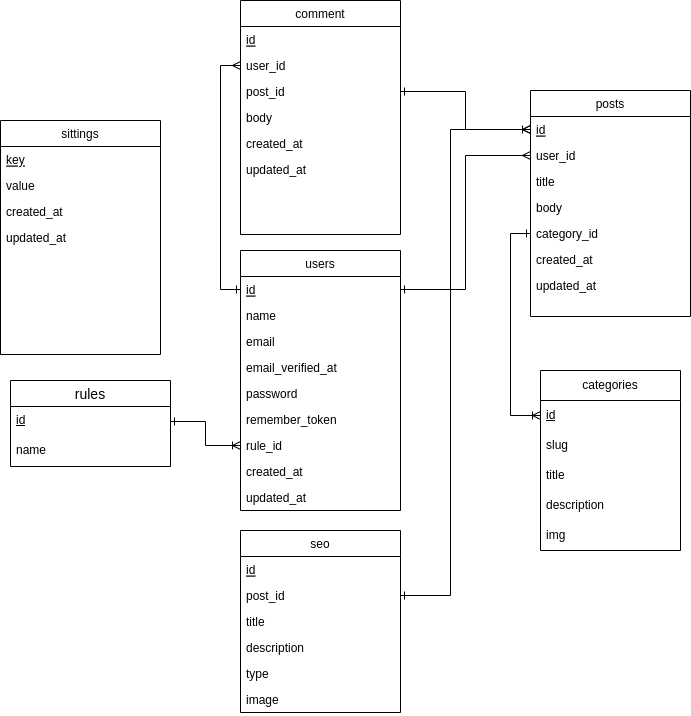
Earlier version of the draw.io export database/ERD-blog.png (yhyasyrian/blog-laravel). Source tidied: cells renumbered, new cells last; positions are measured from the earlier drawing's top-left corner, leaving out a move shared by most shapes.
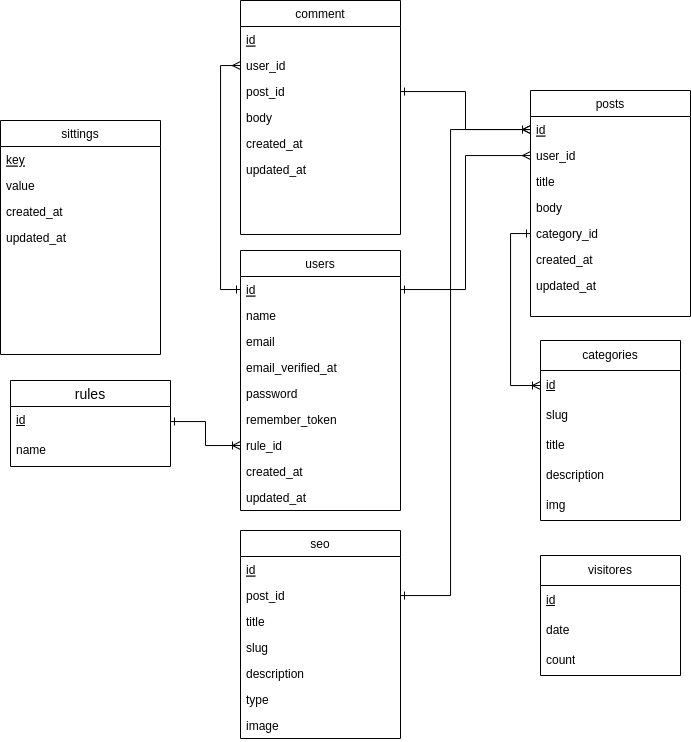
The same diagram one commit later.

Commit message:
add vistores to blog

What changed in the source:
```diff
@@ -78,7 +78,7 @@
       <mxGeometry y="156" width="160" height="26" as="geometry" />
     </mxCell>
     <mxCell id="27" value="seo" style="swimlane;fontStyle=0;align=center;verticalAlign=top;horizontal=1;startSize=26;rounded=0;shadow=0;strokeWidth=1;" parent="1" vertex="1">
-      <mxGeometry x="240" y="530" width="160" height="182" as="geometry" />
+      <mxGeometry x="240" y="530" width="160" height="208" as="geometry" />
     </mxCell>
     <mxCell id="28" value="id" style="text;align=left;verticalAlign=top;spacingLeft=4;spacingRight=4;overflow=hidden;fontStyle=4;" parent="27" vertex="1">
       <mxGeometry y="26" width="160" height="26" as="geometry" />
@@ -89,14 +89,17 @@
     <mxCell id="30" value="title" style="text;align=left;verticalAlign=top;spacingLeft=4;spacingRight=4;overflow=hidden;rounded=0;shadow=0;html=0;" parent="27" vertex="1">
       <mxGeometry y="78" width="160" height="26" as="geometry" />
     </mxCell>
+    <mxCell id="54" value="slug" style="text;align=left;verticalAlign=top;spacingLeft=4;spacingRight=4;overflow=hidden;rounded=0;shadow=0;html=0;" parent="27" vertex="1">
+      <mxGeometry y="104" width="160" height="26" as="geometry" />
+    </mxCell>
     <mxCell id="31" value="description" style="text;align=left;verticalAlign=top;spacingLeft=4;spacingRight=4;overflow=hidden;rounded=0;shadow=0;html=0;" parent="27" vertex="1">
-      <mxGeometry y="104" width="160" height="26" as="geometry" />
+      <mxGeometry y="130" width="160" height="26" as="geometry" />
     </mxCell>
     <mxCell id="32" value="type" style="text;align=left;verticalAlign=top;spacingLeft=4;spacingRight=4;overflow=hidden;rounded=0;shadow=0;html=0;" parent="27" vertex="1">
-      <mxGeometry y="130" width="160" height="26" as="geometry" />
+      <mxGeometry y="156" width="160" height="26" as="geometry" />
     </mxCell>
     <mxCell id="33" value="image" style="text;align=left;verticalAlign=top;spacingLeft=4;spacingRight=4;overflow=hidden;rounded=0;shadow=0;html=0;fontStyle=0;" parent="27" vertex="1">
-      <mxGeometry y="156" width="160" height="26" as="geometry" />
+      <mxGeometry y="182" width="160" height="26" as="geometry" />
     </mxCell>
     <mxCell id="34" value="sittings" style="swimlane;fontStyle=0;align=center;verticalAlign=top;horizontal=1;startSize=26;rounded=0;shadow=0;strokeWidth=1;" parent="1" vertex="1">
       <mxGeometry y="120" width="160" height="234" as="geometry" />
@@ -143,7 +146,7 @@
       </mxGeometry>
     </mxCell>
     <mxCell id="47" value="categories" style="swimlane;fontStyle=0;horizontal=1;startSize=30;whiteSpace=wrap;html=1;" parent="1" vertex="1">
-      <mxGeometry x="540" y="370" width="140" height="180" as="geometry" />
+      <mxGeometry x="540" y="340" width="140" height="180" as="geometry" />
     </mxCell>
     <mxCell id="48" value="&lt;u&gt;id&lt;/u&gt;" style="text;strokeColor=none;fillColor=none;align=left;verticalAlign=middle;spacingLeft=4;spacingRight=4;overflow=hidden;points=[[0,0.5],[1,0.5]];portConstraint=eastwest;whiteSpace=wrap;html=1;" parent="47" vertex="1">
       <mxGeometry y="30" width="140" height="30" as="geometry" />
@@ -163,5 +166,17 @@
     <mxCell id="53" style="edgeStyle=orthogonalEdgeStyle;rounded=0;jettySize=auto;html=1;entryX=0;entryY=0.5;entryDx=0;entryDy=0;startArrow=ERone;startFill=0;endArrow=ERoneToMany;endFill=0;" parent="1" edge="1" source="17" target="48">
       <mxGeometry relative="1" as="geometry" />
     </mxCell>
+    <mxCell id="55" value="visitores" style="swimlane;fontStyle=0;horizontal=1;startSize=30;whiteSpace=wrap;html=1;" parent="1" vertex="1">
+      <mxGeometry x="540" y="555" width="140" height="120" as="geometry" />
+    </mxCell>
+    <mxCell id="56" value="&lt;u&gt;id&lt;/u&gt;" style="text;strokeColor=none;fillColor=none;align=left;verticalAlign=middle;spacingLeft=4;spacingRight=4;overflow=hidden;whiteSpace=wrap;html=1;" parent="55" vertex="1">
+      <mxGeometry y="30" width="140" height="30" as="geometry" />
+    </mxCell>
+    <mxCell id="57" value="date" style="text;strokeColor=none;fillColor=none;align=left;verticalAlign=middle;spacingLeft=4;spacingRight=4;overflow=hidden;whiteSpace=wrap;html=1;" parent="55" vertex="1">
+      <mxGeometry y="60" width="140" height="30" as="geometry" />
+    </mxCell>
+    <mxCell id="58" value="count" style="text;strokeColor=none;fillColor=none;align=left;verticalAlign=middle;spacingLeft=4;spacingRight=4;overflow=hidden;whiteSpace=wrap;html=1;" parent="55" vertex="1">
+      <mxGeometry y="90" width="140" height="30" as="geometry" />
+    </mxCell>
   </root>
 </mxGraphModel>
```
